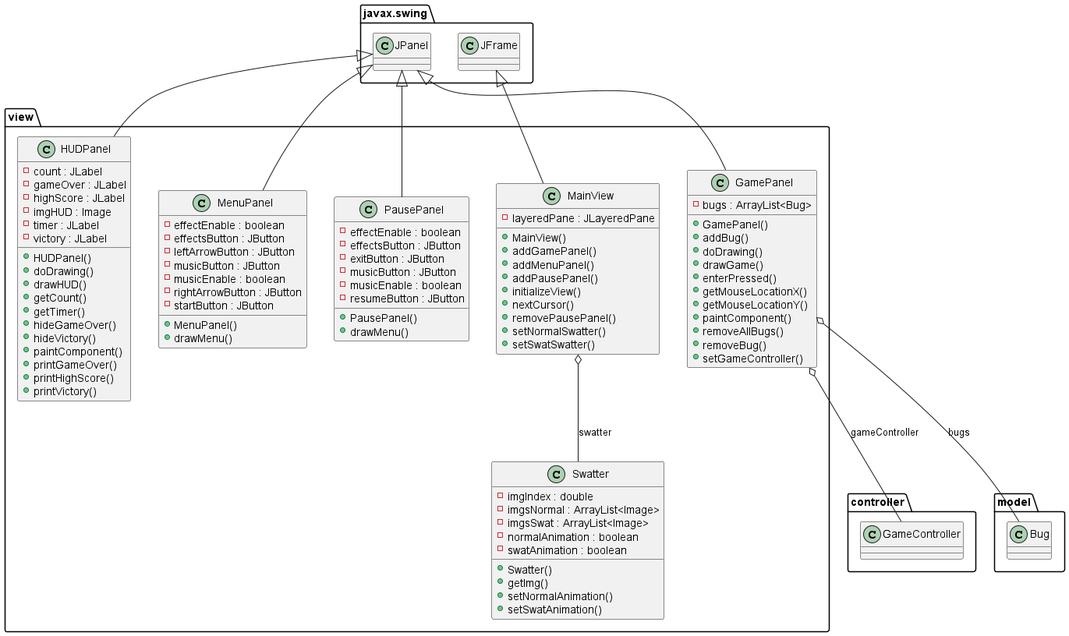
lcintini/JFlySwatter keeps this PlantUML diagram as UML/view.png. Above is the earlier version.
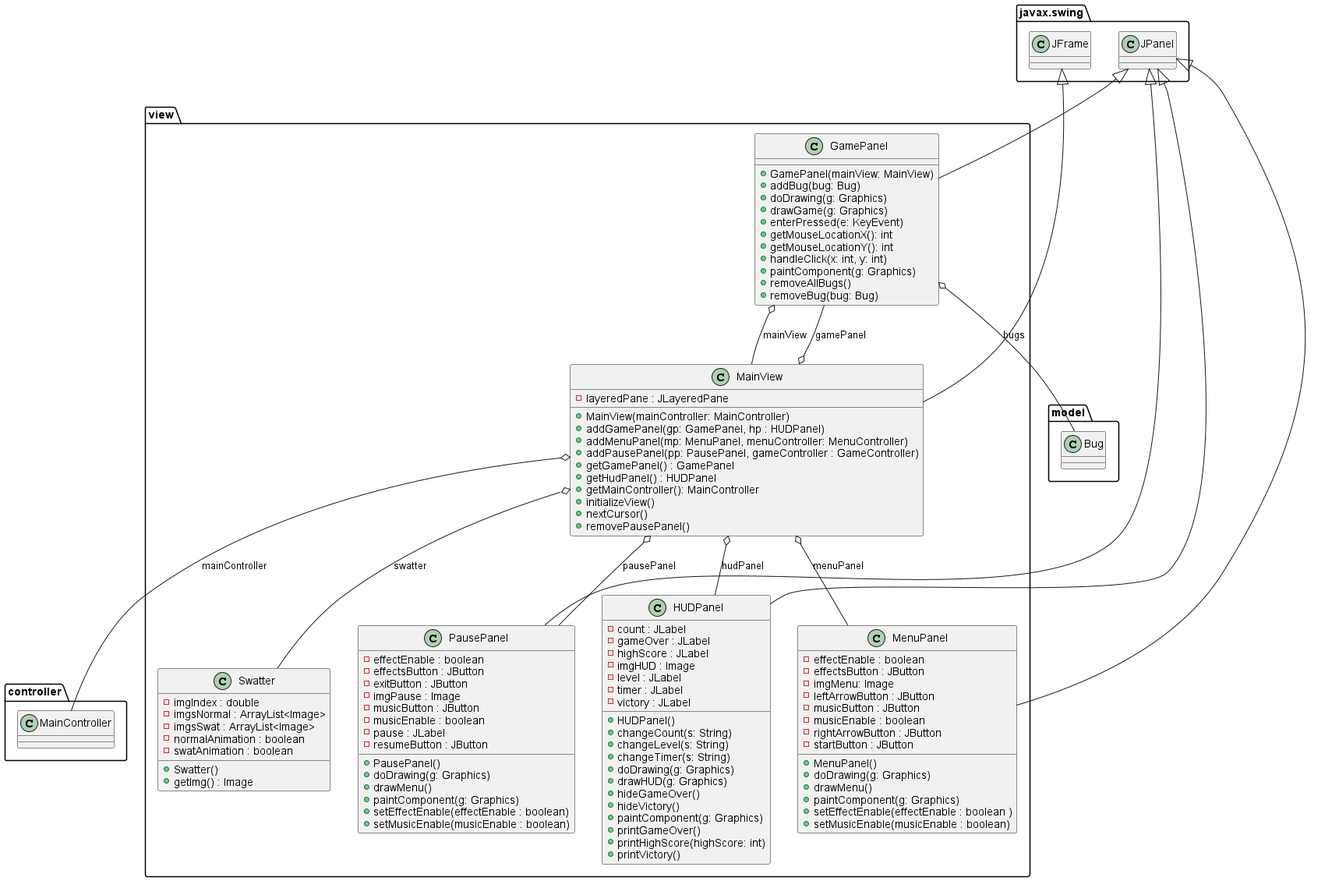
Later version of the same file.

Change to the diagram source:
```diff
@@ -1,20 +1,20 @@
 @startuml
 
 
- namespace view {
+
+  namespace view {
       class view.GamePanel {
-          - bugs : ArrayList<Bug>
-          + GamePanel()
-          + addBug()
-          + doDrawing()
-          + drawGame()
-          + enterPressed()
-          + getMouseLocationX()
-          + getMouseLocationY()
-          + paintComponent()
+          + GamePanel(mainView: MainView)
+          + addBug(bug: Bug)
+          + doDrawing(g: Graphics)
+          + drawGame(g: Graphics)
+          + enterPressed(e: KeyEvent)
+          + getMouseLocationX(): int
+          + getMouseLocationY(): int
+          + handleClick(x: int, y: int)
+          + paintComponent(g: Graphics)
           + removeAllBugs()
-          + removeBug()
-          + setGameController()
+          + removeBug(bug: Bug)
       }
     }
 
@@ -25,35 +25,38 @@
           - gameOver : JLabel
           - highScore : JLabel
           - imgHUD : Image
+          - level : JLabel
           - timer : JLabel
           - victory : JLabel
           + HUDPanel()
-          + doDrawing()
-          + drawHUD()
-          + getCount()
-          + getTimer()
+          + changeCount(s: String)
+          + changeLevel(s: String)
+          + changeTimer(s: String)
+          + doDrawing(g: Graphics)
+          + drawHUD(g: Graphics)
           + hideGameOver()
           + hideVictory()
-          + paintComponent()
+          + paintComponent(g: Graphics)
           + printGameOver()
-          + printHighScore()
+          + printHighScore(highScore: int)
           + printVictory()
       }
     }
 
 
-  namespace view {
+ namespace view {
       class view.MainView {
           - layeredPane : JLayeredPane
-          + MainView()
-          + addGamePanel()
-          + addMenuPanel()
-          + addPausePanel()
+          + MainView(mainController: MainController)
+          + addGamePanel(gp: GamePanel, hp : HUDPanel)
+          + addMenuPanel(mp: MenuPanel, menuController: MenuController)
+          + addPausePanel(pp: PausePanel, gameController : GameController)
+          + getGamePanel() : GamePanel
+          + getHudPanel() : HUDPanel
+          + getMainController(): MainController
           + initializeView()
           + nextCursor()
           + removePausePanel()
-          + setNormalSwatter()
-          + setSwatSwatter()
       }
     }
 
@@ -62,13 +65,18 @@
       class view.MenuPanel {
           - effectEnable : boolean
           - effectsButton : JButton
+          - imgMenu: Image
           - leftArrowButton : JButton
           - musicButton : JButton
           - musicEnable : boolean
           - rightArrowButton : JButton
           - startButton : JButton
           + MenuPanel()
+          + doDrawing(g: Graphics)
           + drawMenu()
+          + paintComponent(g: Graphics)
+          + setEffectEnable(effectEnable : boolean )
+          + setMusicEnable(musicEnable : boolean)
       }
     }
 
@@ -78,11 +86,17 @@
           - effectEnable : boolean
           - effectsButton : JButton
           - exitButton : JButton
+          - imgPause : Image
           - musicButton : JButton
           - musicEnable : boolean
+          - pause : JLabel
           - resumeButton : JButton
           + PausePanel()
+          + doDrawing(g: Graphics)
           + drawMenu()
+          + paintComponent(g: Graphics)
+          + setEffectEnable(effectEnable : boolean)
+          + setMusicEnable(musicEnable : boolean)
       }
     }
 
@@ -95,21 +109,24 @@
           - normalAnimation : boolean
           - swatAnimation : boolean
           + Swatter()
-          + getImg()
-          + setNormalAnimation()
-          + setSwatAnimation()
+          + getImg() : Image
       }
     }
 
 
   view.GamePanel -up-|> javax.swing.JPanel
-  view.GamePanel o-- controller.GameController : gameController
+  view.GamePanel o-- view.MainView : mainView
   view.HUDPanel -up-|> javax.swing.JPanel
   view.MainView -up-|> javax.swing.JFrame
+  view.MainView o-- view.GamePanel : gamePanel
+  view.MainView o-- view.HUDPanel : hudPanel
+  view.MainView o-- controller.MainController : mainController
+  view.MainView o-- view.MenuPanel : menuPanel
+  view.MainView o-- view.PausePanel : pausePanel
   view.MainView o-- view.Swatter : swatter
   view.MenuPanel -up-|> javax.swing.JPanel
   view.PausePanel -up-|> javax.swing.JPanel
-  view.GamePanel o-- model.Bug : bugs
+    view.GamePanel o-- model.Bug : bugs
 
 
 
```
